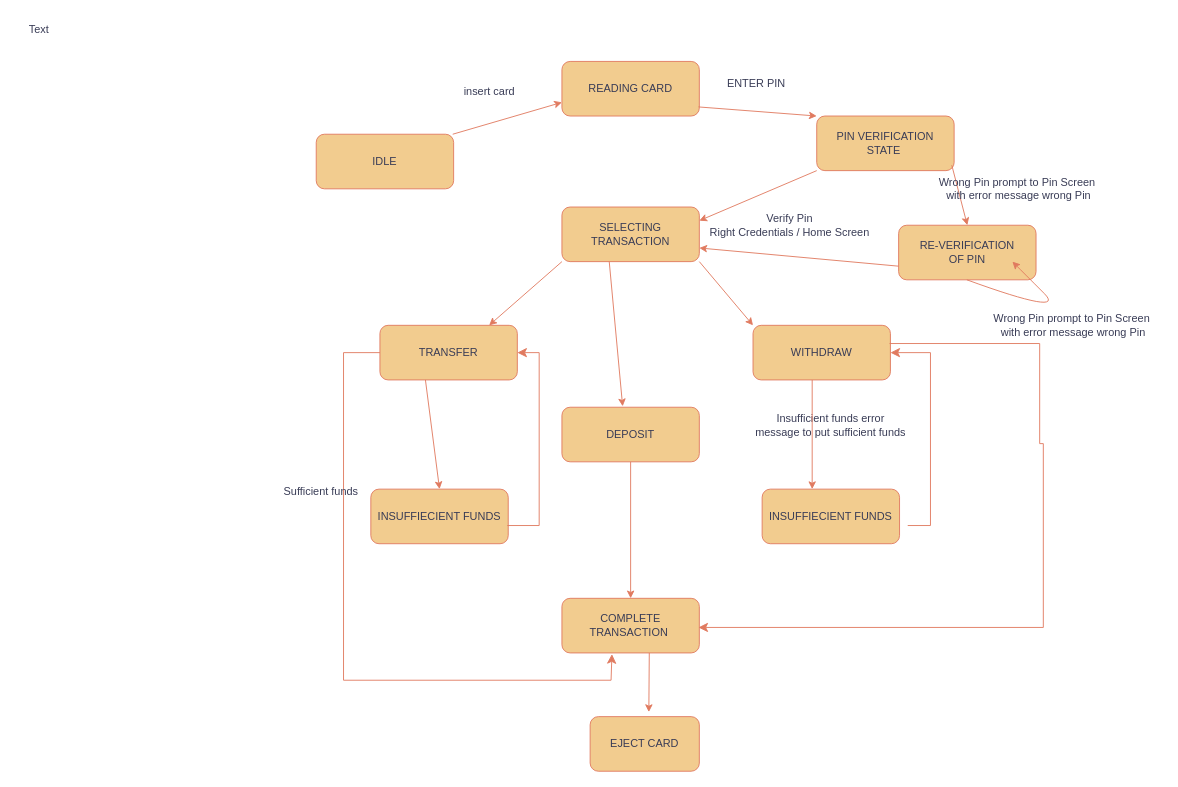
This is SECONDPHASE.drawio from muhezma/Demo, a draw.io file, before an edit. Source tidied: cells renumbered, new cells numbered last; positions are measured from the earlier drawing's top-left corner, leaving out a move shared by most shapes. Both pictures are drawn from the tidied source at 91%, with x=0, y=0 at pixel (15, 15).
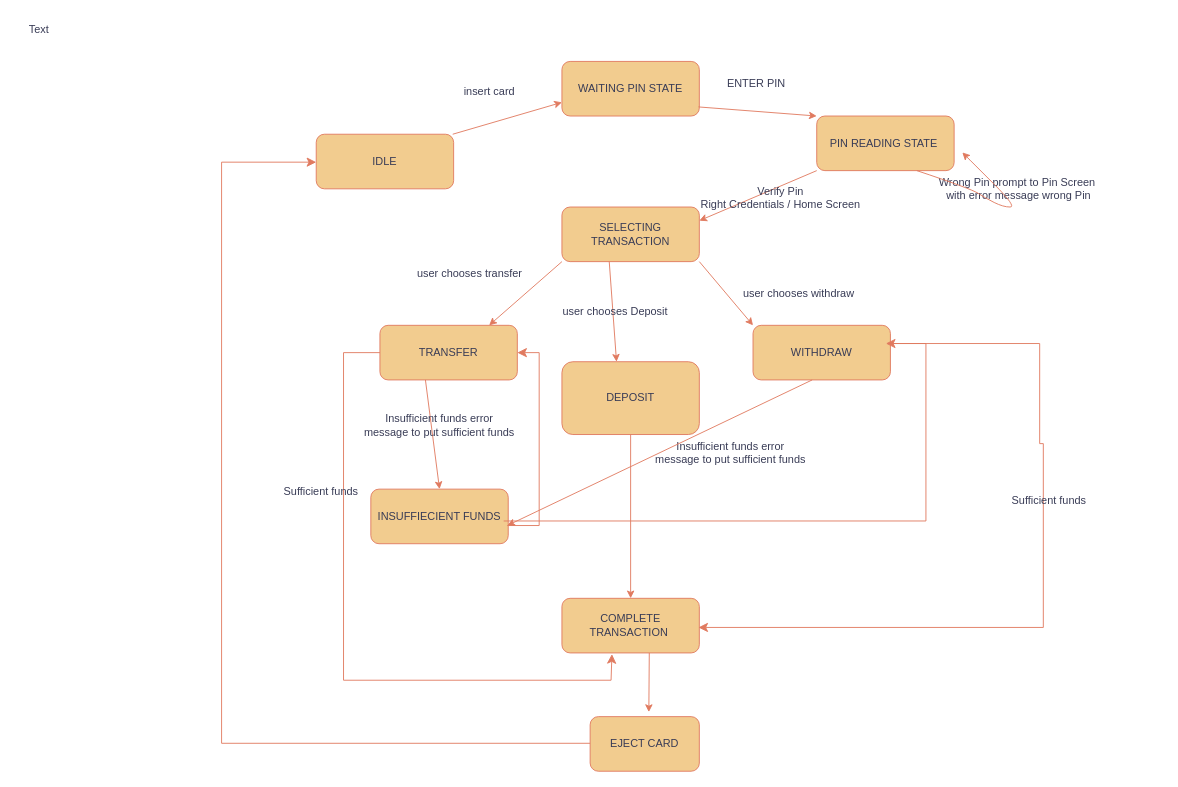
After the change.

The change refers to these unchanged cells:
```xml
<mxCell id="5" value="SELECTING TRANSACTION" style="rounded=1;whiteSpace=wrap;html=1;labelBackgroundColor=none;fillColor=#F2CC8F;strokeColor=#E07A5F;fontColor=#393C56;" parent="1" vertex="1">
  <mxGeometry x="600" y="210" width="151" height="60" as="geometry" />
</mxCell>
<mxCell id="8" value="WITHDRAW" style="rounded=1;whiteSpace=wrap;html=1;labelBackgroundColor=none;fillColor=#F2CC8F;strokeColor=#E07A5F;fontColor=#393C56;" parent="1" vertex="1">
  <mxGeometry x="810" y="340" width="151" height="60" as="geometry" />
</mxCell>
```

The edit, as a diff of the source:
```diff
@@
-    <mxCell id="3" value="PIN VERIFICATION STATE&amp;nbsp;" style="rounded=1;whiteSpace=wrap;html=1;labelBackgroundColor=none;fillColor=#F2CC8F;strokeColor=#E07A5F;fontColor=#393C56;" parent="1" vertex="1">
+    <mxCell id="3" value="PIN READING STATE&amp;nbsp;" style="rounded=1;whiteSpace=wrap;html=1;labelBackgroundColor=none;fillColor=#F2CC8F;strokeColor=#E07A5F;fontColor=#393C56;" parent="1" vertex="1">
       <mxGeometry x="880" y="110" width="151" height="60" as="geometry" />
     </mxCell>
-    <mxCell id="4" value="READING CARD" style="rounded=1;whiteSpace=wrap;html=1;labelBackgroundColor=none;fillColor=#F2CC8F;strokeColor=#E07A5F;fontColor=#393C56;" parent="1" vertex="1">
+    <mxCell id="4" value="WAITING PIN STATE" style="rounded=1;whiteSpace=wrap;html=1;labelBackgroundColor=none;fillColor=#F2CC8F;strokeColor=#E07A5F;fontColor=#393C56;" parent="1" vertex="1">
       <mxGeometry x="600" y="50" width="151" height="60" as="geometry" />
     </mxCell>
@@
     <mxCell id="6" value="DEPOSIT" style="rounded=1;whiteSpace=wrap;html=1;labelBackgroundColor=none;fillColor=#F2CC8F;strokeColor=#E07A5F;fontColor=#393C56;" parent="1" vertex="1">
-      <mxGeometry x="600" y="430" width="151" height="60" as="geometry" />
+      <mxGeometry x="600" y="380" width="151" height="80" as="geometry" />
     </mxCell>
@@
-    <mxCell id="14" style="endArrow=classic;html=1;rounded=0;exitX=0.433;exitY=1.05;exitDx=0;exitDy=0;exitPerimeter=0;entryX=0.442;entryY=-0.017;entryDx=0;entryDy=0;entryPerimeter=0;labelBackgroundColor=none;strokeColor=#E07A5F;fontColor=default;" parent="1" edge="1" target="6">
+    <mxCell id="14" style="endArrow=classic;html=1;rounded=0;exitX=0.433;exitY=1.05;exitDx=0;exitDy=0;exitPerimeter=0;labelBackgroundColor=none;strokeColor=#E07A5F;fontColor=default;" parent="1" edge="1">
       <mxGeometry relative="1" as="geometry">
         <mxPoint x="652" y="270" as="sourcePoint" />
+        <mxPoint x="660" y="380" as="targetPoint" />
       </mxGeometry>
     </mxCell>
@@
     <mxCell id="18" value="Verify Pin&lt;br&gt;Right Credentials / Home Screen" style="text;html=1;align=center;verticalAlign=middle;strokeColor=none;fillColor=none;labelBackgroundColor=none;fontColor=#393C56;" parent="1" vertex="1">
-      <mxGeometry x="750" y="210" width="200" height="40" as="geometry" />
+      <mxGeometry x="740" y="180" width="200" height="40" as="geometry" />
     </mxCell>
-    <mxCell id="19" value="RE-VERIFICATION &lt;br&gt;OF PIN" style="rounded=1;whiteSpace=wrap;html=1;labelBackgroundColor=none;fillColor=#F2CC8F;strokeColor=#E07A5F;fontColor=#393C56;" parent="1" vertex="1">
-      <mxGeometry x="970" y="230" width="151" height="60" as="geometry" />
-    </mxCell>
-    <mxCell id="20" style="endArrow=classic;html=1;rounded=0;exitX=0.983;exitY=0.9;exitDx=0;exitDy=0;exitPerimeter=0;entryX=0.5;entryY=0;entryDx=0;entryDy=0;labelBackgroundColor=none;strokeColor=#E07A5F;fontColor=default;" parent="1" edge="1" source="3" target="19">
-      <mxGeometry relative="1" as="geometry" />
-    </mxCell>
@@
-    <mxCell id="22" style="endArrow=classic;html=1;rounded=0;exitX=0;exitY=0.75;exitDx=0;exitDy=0;entryX=1;entryY=0.75;entryDx=0;entryDy=0;labelBackgroundColor=none;strokeColor=#E07A5F;fontColor=default;" parent="1" edge="1" source="19" target="5">
-      <mxGeometry relative="1" as="geometry" />
-    </mxCell>
@@
     <mxCell id="24" style="endArrow=classic;html=1;curved=1;labelBackgroundColor=none;strokeColor=#E07A5F;fontColor=default;" parent="1" edge="1">
       <mxGeometry relative="1" as="geometry">
-        <mxPoint x="1045" y="290" as="sourcePoint" />
-        <mxPoint x="1095" y="270" as="targetPoint" />
+        <mxPoint x="990" y="170" as="sourcePoint" />
+        <mxPoint x="1040" y="150" as="targetPoint" />
         <Array as="points">
-          <mxPoint x="1155" y="330" />
-          <mxPoint x="1105" y="280" />
+          <mxPoint x="1050" y="190" />
+          <mxPoint x="1065" y="200" />
+          <mxPoint x="1085" y="210" />
+          <mxPoint x="1100" y="210" />
+          <mxPoint x="1050" y="160" />
         </Array>
       </mxGeometry>
     </mxCell>
-    <mxCell id="25" value="Wrong Pin prompt to Pin Screen&lt;br&gt;&amp;nbsp;with error message wrong Pin" style="text;html=1;align=center;verticalAlign=middle;strokeColor=none;fillColor=none;labelBackgroundColor=none;fontColor=#393C56;" parent="1" vertex="1">
-      <mxGeometry x="1060" y="320" width="200" height="40" as="geometry" />
-    </mxCell>
@@
-    <mxCell id="27" value="INSUFFIECIENT FUNDS" style="rounded=1;whiteSpace=wrap;html=1;labelBackgroundColor=none;fillColor=#F2CC8F;strokeColor=#E07A5F;fontColor=#393C56;" parent="1" vertex="1">
-      <mxGeometry x="820" y="520" width="151" height="60" as="geometry" />
-    </mxCell>
@@
     <mxCell id="30" value="Insufficient funds error &lt;br&gt;message to put sufficient funds" style="text;html=1;align=center;verticalAlign=middle;strokeColor=none;fillColor=none;labelBackgroundColor=none;fontColor=#393C56;" parent="1" vertex="1">
-      <mxGeometry x="800" y="430" width="190" height="40" as="geometry" />
+      <mxGeometry x="690" y="460" width="190" height="40" as="geometry" />
     </mxCell>
@@
-    <mxCell id="33" style="endArrow=classic;html=1;rounded=0;entryX=0.5;entryY=0;entryDx=0;entryDy=0;labelBackgroundColor=none;strokeColor=#E07A5F;fontColor=default;" parent="1" edge="1">
+    <mxCell id="33" style="endArrow=classic;html=1;rounded=0;labelBackgroundColor=none;strokeColor=#E07A5F;fontColor=default;" parent="1" edge="1">
       <mxGeometry relative="1" as="geometry">
         <mxPoint x="875" y="400" as="sourcePoint" />
-        <mxPoint x="875" y="520" as="targetPoint" />
+        <mxPoint x="540" y="560" as="targetPoint" />
       </mxGeometry>
     </mxCell>
-    <mxCell id="34" style="edgeStyle=elbowEdgeStyle;elbow=horizontal;endArrow=classic;html=1;curved=0;rounded=0;endSize=8;startSize=8;entryX=1;entryY=0.5;entryDx=0;entryDy=0;labelBackgroundColor=none;strokeColor=#E07A5F;fontColor=default;" parent="1" edge="1" target="8">
+    <mxCell id="34" style="edgeStyle=elbowEdgeStyle;elbow=horizontal;endArrow=classic;html=1;curved=0;rounded=0;endSize=8;startSize=8;entryX=1;entryY=0.5;entryDx=0;entryDy=0;labelBackgroundColor=none;strokeColor=#E07A5F;fontColor=default;exitX=1;exitY=0.75;exitDx=0;exitDy=0;" parent="1" edge="1">
       <mxGeometry relative="1" as="geometry">
-        <mxPoint x="980" y="560" as="sourcePoint" />
+        <mxPoint x="536" y="555" as="sourcePoint" />
+        <mxPoint x="956" y="360" as="targetPoint" />
         <Array as="points">
-          <mxPoint x="1005" y="330" />
+          <mxPoint x="1000" y="320" />
         </Array>
       </mxGeometry>
     </mxCell>
@@
-    <mxCell id="38" value="insert card" style="text;html=1;align=center;verticalAlign=middle;strokeColor=none;fillColor=none;fontColor=#393C56;" parent="1" vertex="1">
+    <mxCell id="38" value="insert card" style="text;html=1;align=center;verticalAlign=middle;strokeColor=none;fillColor=none;fontColor=#393C56;labelBackgroundColor=none;" parent="1" vertex="1">
       <mxGeometry x="480" y="68" width="80" height="30" as="geometry" />
     </mxCell>
-    <mxCell id="39" value="EJECT CARD" style="rounded=1;whiteSpace=wrap;html=1;strokeColor=#E07A5F;fontColor=#393C56;fillColor=#F2CC8F;" parent="1" vertex="1">
+    <mxCell id="39" value="EJECT CARD" style="rounded=1;whiteSpace=wrap;html=1;strokeColor=#E07A5F;fontColor=#393C56;fillColor=#F2CC8F;labelBackgroundColor=none;" parent="1" vertex="1">
       <mxGeometry x="631" y="770" width="120" height="60" as="geometry" />
     </mxCell>
+    <mxCell id="40" value="user chooses transfer&amp;nbsp;" style="text;html=1;align=center;verticalAlign=middle;strokeColor=none;fillColor=none;labelBackgroundColor=none;fontColor=#393C56;" parent="1" vertex="1">
+      <mxGeometry x="430" y="268" width="140" height="30" as="geometry" />
+    </mxCell>
+    <mxCell id="41" value="user chooses Deposit&amp;nbsp;" style="text;html=1;align=center;verticalAlign=middle;strokeColor=none;fillColor=none;labelBackgroundColor=none;fontColor=#393C56;" parent="1" vertex="1">
+      <mxGeometry x="590" y="310" width="140" height="30" as="geometry" />
+    </mxCell>
+    <mxCell id="42" value="user chooses withdraw" style="text;html=1;align=center;verticalAlign=middle;strokeColor=none;fillColor=none;labelBackgroundColor=none;fontColor=#393C56;" parent="1" vertex="1">
+      <mxGeometry x="785" y="290" width="150" height="30" as="geometry" />
+    </mxCell>
+    <mxCell id="43" value="Sufficient funds" style="text;html=1;align=center;verticalAlign=middle;strokeColor=none;fillColor=none;labelBackgroundColor=none;fontColor=#393C56;" parent="1" vertex="1">
+      <mxGeometry x="1080" y="518" width="110" height="30" as="geometry" />
+    </mxCell>
+    <mxCell id="44" value="Insufficient funds error &lt;br&gt;message to put sufficient funds" style="text;html=1;align=center;verticalAlign=middle;strokeColor=none;fillColor=none;labelBackgroundColor=none;fontColor=#393C56;" parent="1" vertex="1">
+      <mxGeometry x="370" y="430" width="190" height="40" as="geometry" />
+    </mxCell>
+    <mxCell id="45" style="edgeStyle=elbowEdgeStyle;elbow=horizontal;endArrow=classic;html=1;curved=0;rounded=0;endSize=8;startSize=8;entryX=0;entryY=0.75;entryDx=0;entryDy=0;fillColor=#F2CC8F;strokeColor=#E07A5F;labelBackgroundColor=none;fontColor=default;" parent="1" edge="1">
+      <mxGeometry relative="1" as="geometry">
+        <mxPoint x="631" y="799.3" as="sourcePoint" />
+        <mxPoint x="330" y="160.7" as="targetPoint" />
+        <Array as="points">
+          <mxPoint x="226" y="195.7" />
+        </Array>
+      </mxGeometry>
+    </mxCell>
```
